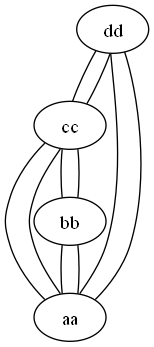
matiuuh/-EDD-Proyecto1_202203009 keeps this Graphviz diagram as pruebas/grafoGlobal.png. Above is the earlier version. Its source is kept beside it as pruebas/grafoGlobal.dot. Source of this version:
```dot
graph G {
  "dd" -- "cc";
  "dd" -- "aa";
  "cc" -- "dd";
  "cc" -- "aa";
  "cc" -- "bb";
  "aa" -- "dd";
  "aa" -- "cc";
  "aa" -- "bb";
  "bb" -- "cc";
  "bb" -- "aa";
}
```
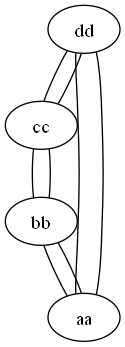
Later version of the same file.

What changed in the source:
```diff
@@ -2,10 +2,8 @@
   "dd" -- "cc";
   "dd" -- "aa";
   "cc" -- "dd";
-  "cc" -- "aa";
   "cc" -- "bb";
   "aa" -- "dd";
-  "aa" -- "cc";
   "aa" -- "bb";
   "bb" -- "cc";
   "bb" -- "aa";
```
